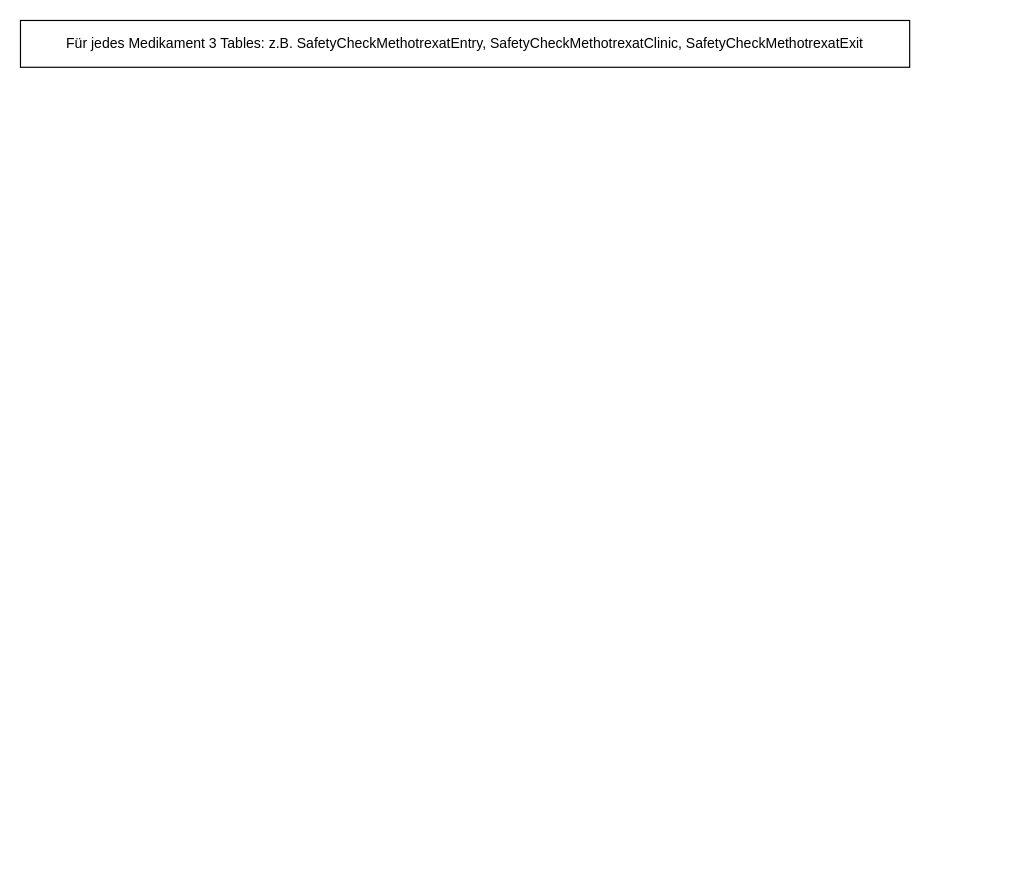
Earlier version of the draw.io diagram Datenbank Diagram.drawio (MarlenKuehn/DOFI-draw.io). Source tidied: cells renumbered, new cells numbered last; positions are measured from the earlier drawing's top-left corner, leaving out a move shared by most shapes. Both pictures are drawn from the tidied source at 117%, with x=0, y=0 at pixel (20, 20).
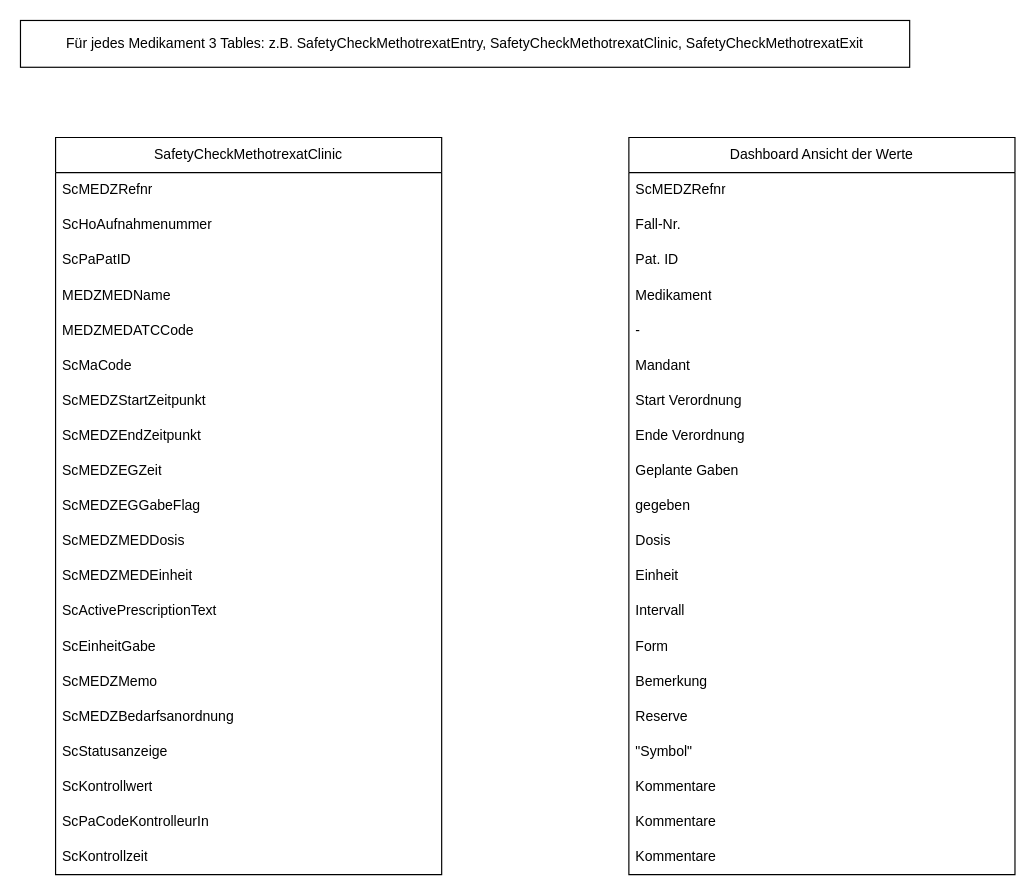
Above is the later version.

Diff of the diagram source:
```diff
@@
+    <mxCell id="3" value="SafetyCheckMethotrexatClinic" style="swimlane;fontStyle=0;horizontal=1;startSize=30;whiteSpace=wrap;html=1;" parent="1" vertex="1">
+      <mxGeometry x="30" y="100" width="330" height="630" as="geometry" />
+    </mxCell>
+    <mxCell id="4" value="ScMEDZRefnr" style="text;strokeColor=none;fillColor=none;align=left;verticalAlign=middle;spacingLeft=4;spacingRight=4;overflow=hidden;whiteSpace=wrap;html=1;" parent="3" vertex="1">
+      <mxGeometry y="30" width="330" height="30" as="geometry" />
+    </mxCell>
+    <mxCell id="5" value="ScHoAufnahmenummer" style="text;strokeColor=none;fillColor=none;align=left;verticalAlign=middle;spacingLeft=4;spacingRight=4;overflow=hidden;whiteSpace=wrap;html=1;" parent="3" vertex="1">
+      <mxGeometry y="60" width="330" height="30" as="geometry" />
+    </mxCell>
+    <mxCell id="6" value="ScPaPatID" style="text;strokeColor=none;fillColor=none;align=left;verticalAlign=middle;spacingLeft=4;spacingRight=4;overflow=hidden;whiteSpace=wrap;html=1;" parent="3" vertex="1">
+      <mxGeometry y="90" width="330" height="30" as="geometry" />
+    </mxCell>
+    <mxCell id="7" value="MEDZMEDName" style="text;strokeColor=none;fillColor=none;align=left;verticalAlign=middle;spacingLeft=4;spacingRight=4;overflow=hidden;whiteSpace=wrap;html=1;" parent="3" vertex="1">
+      <mxGeometry y="120" width="330" height="30" as="geometry" />
+    </mxCell>
+    <mxCell id="8" value="MEDZMEDATCCode" style="text;strokeColor=none;fillColor=none;align=left;verticalAlign=middle;spacingLeft=4;spacingRight=4;overflow=hidden;whiteSpace=wrap;html=1;" parent="3" vertex="1">
+      <mxGeometry y="150" width="330" height="30" as="geometry" />
+    </mxCell>
+    <mxCell id="9" value="ScMaCode" style="text;strokeColor=none;fillColor=none;align=left;verticalAlign=middle;spacingLeft=4;spacingRight=4;overflow=hidden;whiteSpace=wrap;html=1;" parent="3" vertex="1">
+      <mxGeometry y="180" width="330" height="30" as="geometry" />
+    </mxCell>
+    <mxCell id="10" value="ScMEDZStartZeitpunkt" style="text;strokeColor=none;fillColor=none;align=left;verticalAlign=middle;spacingLeft=4;spacingRight=4;overflow=hidden;whiteSpace=wrap;html=1;" parent="3" vertex="1">
+      <mxGeometry y="210" width="330" height="30" as="geometry" />
+    </mxCell>
+    <mxCell id="11" value="ScMEDZEndZeitpunkt" style="text;strokeColor=none;fillColor=none;align=left;verticalAlign=middle;spacingLeft=4;spacingRight=4;overflow=hidden;whiteSpace=wrap;html=1;" parent="3" vertex="1">
+      <mxGeometry y="240" width="330" height="30" as="geometry" />
+    </mxCell>
+    <mxCell id="12" value="ScMEDZEGZeit" style="text;strokeColor=none;fillColor=none;align=left;verticalAlign=middle;spacingLeft=4;spacingRight=4;overflow=hidden;whiteSpace=wrap;html=1;" parent="3" vertex="1">
+      <mxGeometry y="270" width="330" height="30" as="geometry" />
+    </mxCell>
+    <mxCell id="13" value="ScMEDZEGGabeFlag" style="text;strokeColor=none;fillColor=none;align=left;verticalAlign=middle;spacingLeft=4;spacingRight=4;overflow=hidden;whiteSpace=wrap;html=1;" parent="3" vertex="1">
+      <mxGeometry y="300" width="330" height="30" as="geometry" />
+    </mxCell>
+    <mxCell id="14" value="ScMEDZMEDDosis" style="text;strokeColor=none;fillColor=none;align=left;verticalAlign=middle;spacingLeft=4;spacingRight=4;overflow=hidden;whiteSpace=wrap;html=1;" parent="3" vertex="1">
+      <mxGeometry y="330" width="330" height="30" as="geometry" />
+    </mxCell>
+    <mxCell id="15" value="ScMEDZMEDEinheit" style="text;strokeColor=none;fillColor=none;align=left;verticalAlign=middle;spacingLeft=4;spacingRight=4;overflow=hidden;whiteSpace=wrap;html=1;" parent="3" vertex="1">
+      <mxGeometry y="360" width="330" height="30" as="geometry" />
+    </mxCell>
+    <mxCell id="16" value="ScActivePrescriptionText" style="text;strokeColor=none;fillColor=none;align=left;verticalAlign=middle;spacingLeft=4;spacingRight=4;overflow=hidden;whiteSpace=wrap;html=1;" parent="3" vertex="1">
+      <mxGeometry y="390" width="330" height="30" as="geometry" />
+    </mxCell>
+    <mxCell id="17" value="ScEinheitGabe" style="text;strokeColor=none;fillColor=none;align=left;verticalAlign=middle;spacingLeft=4;spacingRight=4;overflow=hidden;whiteSpace=wrap;html=1;" parent="3" vertex="1">
+      <mxGeometry y="420" width="330" height="30" as="geometry" />
+    </mxCell>
+    <mxCell id="18" value="ScMEDZMemo" style="text;strokeColor=none;fillColor=none;align=left;verticalAlign=middle;spacingLeft=4;spacingRight=4;overflow=hidden;whiteSpace=wrap;html=1;" parent="3" vertex="1">
+      <mxGeometry y="450" width="330" height="30" as="geometry" />
+    </mxCell>
+    <mxCell id="19" value="ScMEDZBedarfsanordnung" style="text;strokeColor=none;fillColor=none;align=left;verticalAlign=middle;spacingLeft=4;spacingRight=4;overflow=hidden;whiteSpace=wrap;html=1;" parent="3" vertex="1">
+      <mxGeometry y="480" width="330" height="30" as="geometry" />
+    </mxCell>
+    <mxCell id="20" value="ScStatusanzeige" style="text;strokeColor=none;fillColor=none;align=left;verticalAlign=middle;spacingLeft=4;spacingRight=4;overflow=hidden;whiteSpace=wrap;html=1;" parent="3" vertex="1">
+      <mxGeometry y="510" width="330" height="30" as="geometry" />
+    </mxCell>
+    <mxCell id="21" value="ScKontrollwert" style="text;strokeColor=none;fillColor=none;align=left;verticalAlign=middle;spacingLeft=4;spacingRight=4;overflow=hidden;whiteSpace=wrap;html=1;" parent="3" vertex="1">
+      <mxGeometry y="540" width="330" height="30" as="geometry" />
+    </mxCell>
+    <mxCell id="22" value="ScPaCodeKontrolleurIn" style="text;strokeColor=none;fillColor=none;align=left;verticalAlign=middle;spacingLeft=4;spacingRight=4;overflow=hidden;whiteSpace=wrap;html=1;" parent="3" vertex="1">
+      <mxGeometry y="570" width="330" height="30" as="geometry" />
+    </mxCell>
+    <mxCell id="23" value="ScKontrollzeit" style="text;strokeColor=none;fillColor=none;align=left;verticalAlign=middle;spacingLeft=4;spacingRight=4;overflow=hidden;whiteSpace=wrap;html=1;" parent="3" vertex="1">
+      <mxGeometry y="600" width="330" height="30" as="geometry" />
+    </mxCell>
+    <mxCell id="24" value="Dashboard Ansicht der Werte" style="swimlane;fontStyle=0;horizontal=1;startSize=30;whiteSpace=wrap;html=1;" parent="1" vertex="1">
+      <mxGeometry x="520" y="100" width="330" height="630" as="geometry" />
+    </mxCell>
+    <mxCell id="25" value="ScMEDZRefnr" style="text;strokeColor=none;fillColor=none;align=left;verticalAlign=middle;spacingLeft=4;spacingRight=4;overflow=hidden;whiteSpace=wrap;html=1;" parent="24" vertex="1">
+      <mxGeometry y="30" width="330" height="30" as="geometry" />
+    </mxCell>
+    <mxCell id="26" value="Fall-Nr." style="text;strokeColor=none;fillColor=none;align=left;verticalAlign=middle;spacingLeft=4;spacingRight=4;overflow=hidden;whiteSpace=wrap;html=1;" parent="24" vertex="1">
+      <mxGeometry y="60" width="330" height="30" as="geometry" />
+    </mxCell>
+    <mxCell id="27" value="Pat. ID" style="text;strokeColor=none;fillColor=none;align=left;verticalAlign=middle;spacingLeft=4;spacingRight=4;overflow=hidden;whiteSpace=wrap;html=1;" parent="24" vertex="1">
+      <mxGeometry y="90" width="330" height="30" as="geometry" />
+    </mxCell>
+    <mxCell id="28" value="Medikament" style="text;strokeColor=none;fillColor=none;align=left;verticalAlign=middle;spacingLeft=4;spacingRight=4;overflow=hidden;whiteSpace=wrap;html=1;" parent="24" vertex="1">
+      <mxGeometry y="120" width="330" height="30" as="geometry" />
+    </mxCell>
+    <mxCell id="29" value="-" style="text;strokeColor=none;fillColor=none;align=left;verticalAlign=middle;spacingLeft=4;spacingRight=4;overflow=hidden;whiteSpace=wrap;html=1;" parent="24" vertex="1">
+      <mxGeometry y="150" width="330" height="30" as="geometry" />
+    </mxCell>
+    <mxCell id="30" value="Mandant" style="text;strokeColor=none;fillColor=none;align=left;verticalAlign=middle;spacingLeft=4;spacingRight=4;overflow=hidden;whiteSpace=wrap;html=1;" parent="24" vertex="1">
+      <mxGeometry y="180" width="330" height="30" as="geometry" />
+    </mxCell>
+    <mxCell id="31" value="Start Verordnung" style="text;strokeColor=none;fillColor=none;align=left;verticalAlign=middle;spacingLeft=4;spacingRight=4;overflow=hidden;whiteSpace=wrap;html=1;" parent="24" vertex="1">
+      <mxGeometry y="210" width="330" height="30" as="geometry" />
+    </mxCell>
+    <mxCell id="32" value="Ende Verordnung" style="text;strokeColor=none;fillColor=none;align=left;verticalAlign=middle;spacingLeft=4;spacingRight=4;overflow=hidden;whiteSpace=wrap;html=1;" parent="24" vertex="1">
+      <mxGeometry y="240" width="330" height="30" as="geometry" />
+    </mxCell>
+    <mxCell id="33" value="Geplante Gaben" style="text;strokeColor=none;fillColor=none;align=left;verticalAlign=middle;spacingLeft=4;spacingRight=4;overflow=hidden;whiteSpace=wrap;html=1;" parent="24" vertex="1">
+      <mxGeometry y="270" width="330" height="30" as="geometry" />
+    </mxCell>
+    <mxCell id="34" value="gegeben" style="text;strokeColor=none;fillColor=none;align=left;verticalAlign=middle;spacingLeft=4;spacingRight=4;overflow=hidden;whiteSpace=wrap;html=1;" parent="24" vertex="1">
+      <mxGeometry y="300" width="330" height="30" as="geometry" />
+    </mxCell>
+    <mxCell id="35" value="Dosis" style="text;strokeColor=none;fillColor=none;align=left;verticalAlign=middle;spacingLeft=4;spacingRight=4;overflow=hidden;whiteSpace=wrap;html=1;" parent="24" vertex="1">
+      <mxGeometry y="330" width="330" height="30" as="geometry" />
+    </mxCell>
+    <mxCell id="36" value="Einheit" style="text;strokeColor=none;fillColor=none;align=left;verticalAlign=middle;spacingLeft=4;spacingRight=4;overflow=hidden;whiteSpace=wrap;html=1;" parent="24" vertex="1">
+      <mxGeometry y="360" width="330" height="30" as="geometry" />
+    </mxCell>
+    <mxCell id="37" value="Intervall" style="text;strokeColor=none;fillColor=none;align=left;verticalAlign=middle;spacingLeft=4;spacingRight=4;overflow=hidden;whiteSpace=wrap;html=1;" parent="24" vertex="1">
+      <mxGeometry y="390" width="330" height="30" as="geometry" />
+    </mxCell>
+    <mxCell id="38" value="Form" style="text;strokeColor=none;fillColor=none;align=left;verticalAlign=middle;spacingLeft=4;spacingRight=4;overflow=hidden;whiteSpace=wrap;html=1;" parent="24" vertex="1">
+      <mxGeometry y="420" width="330" height="30" as="geometry" />
+    </mxCell>
+    <mxCell id="39" value="Bemerkung" style="text;strokeColor=none;fillColor=none;align=left;verticalAlign=middle;spacingLeft=4;spacingRight=4;overflow=hidden;whiteSpace=wrap;html=1;" parent="24" vertex="1">
+      <mxGeometry y="450" width="330" height="30" as="geometry" />
+    </mxCell>
+    <mxCell id="40" value="Reserve" style="text;strokeColor=none;fillColor=none;align=left;verticalAlign=middle;spacingLeft=4;spacingRight=4;overflow=hidden;whiteSpace=wrap;html=1;" parent="24" vertex="1">
+      <mxGeometry y="480" width="330" height="30" as="geometry" />
+    </mxCell>
+    <mxCell id="41" value="&quot;Symbol&quot;" style="text;strokeColor=none;fillColor=none;align=left;verticalAlign=middle;spacingLeft=4;spacingRight=4;overflow=hidden;whiteSpace=wrap;html=1;" parent="24" vertex="1">
+      <mxGeometry y="510" width="330" height="30" as="geometry" />
+    </mxCell>
+    <mxCell id="42" value="Kommentare" style="text;strokeColor=none;fillColor=none;align=left;verticalAlign=middle;spacingLeft=4;spacingRight=4;overflow=hidden;whiteSpace=wrap;html=1;" parent="24" vertex="1">
+      <mxGeometry y="540" width="330" height="30" as="geometry" />
+    </mxCell>
+    <mxCell id="43" value="Kommentare" style="text;strokeColor=none;fillColor=none;align=left;verticalAlign=middle;spacingLeft=4;spacingRight=4;overflow=hidden;whiteSpace=wrap;html=1;" parent="24" vertex="1">
+      <mxGeometry y="570" width="330" height="30" as="geometry" />
+    </mxCell>
+    <mxCell id="44" value="Kommentare" style="text;strokeColor=none;fillColor=none;align=left;verticalAlign=middle;spacingLeft=4;spacingRight=4;overflow=hidden;whiteSpace=wrap;html=1;" parent="24" vertex="1">
+      <mxGeometry y="600" width="330" height="30" as="geometry" />
+    </mxCell>
```
